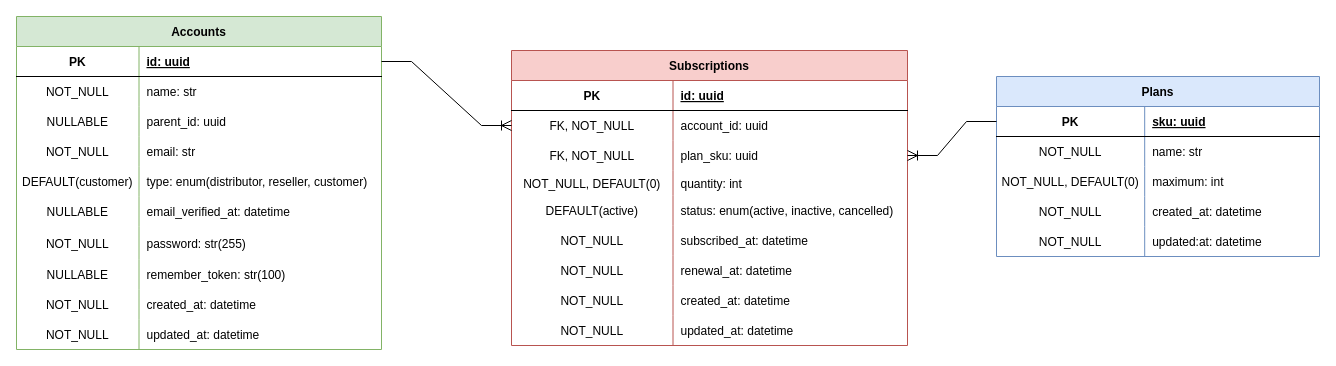
Above: page "E/R Model" (3 of 3) of diagrams.drawio in othercodes/sparring-storage (draw.io), before the change. Source tidied: cells renumbered, new cells numbered last; positions are measured from the earlier drawing's top-left corner, leaving out a move shared by most shapes. Both pictures are drawn from the tidied source at 100%, with x=0, y=0 at pixel (16, 16).
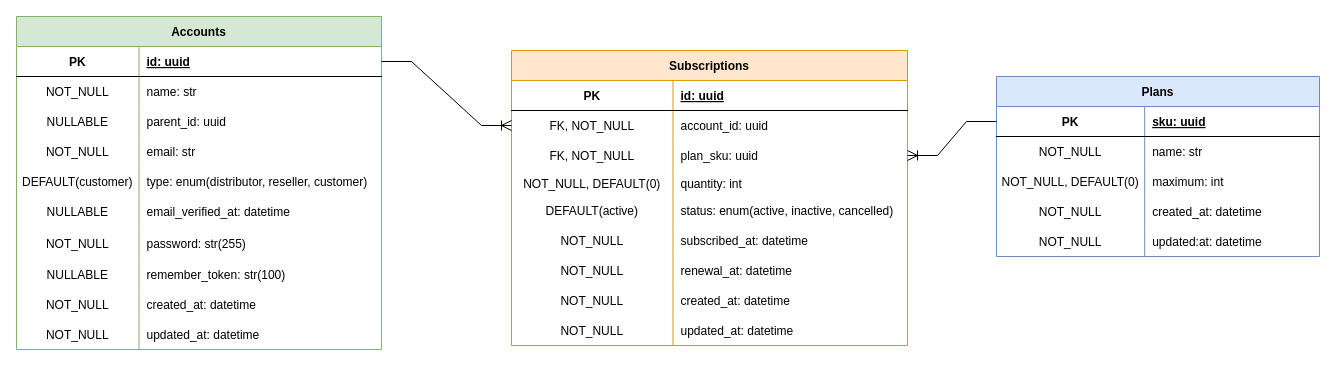
The same diagram, later.

The edit, as a diff of the source:
```diff
@@
-    <mxCell id="2" value="Subscriptions" style="shape=table;startSize=30;childLayout=tableLayout;rowLines=0;fontStyle=1;align=center;hachureGap=4;fillColor=#f8cecc;strokeColor=#b85450;" parent="1" vertex="1">
+    <mxCell id="2" value="Subscriptions" style="shape=table;startSize=30;childLayout=tableLayout;rowLines=0;fontStyle=1;align=center;hachureGap=4;fillColor=#ffe6cc;strokeColor=#d79b00;" parent="1" vertex="1">
       <mxGeometry x="495" y="34" width="396" height="295" as="geometry" />
     </mxCell>
```
